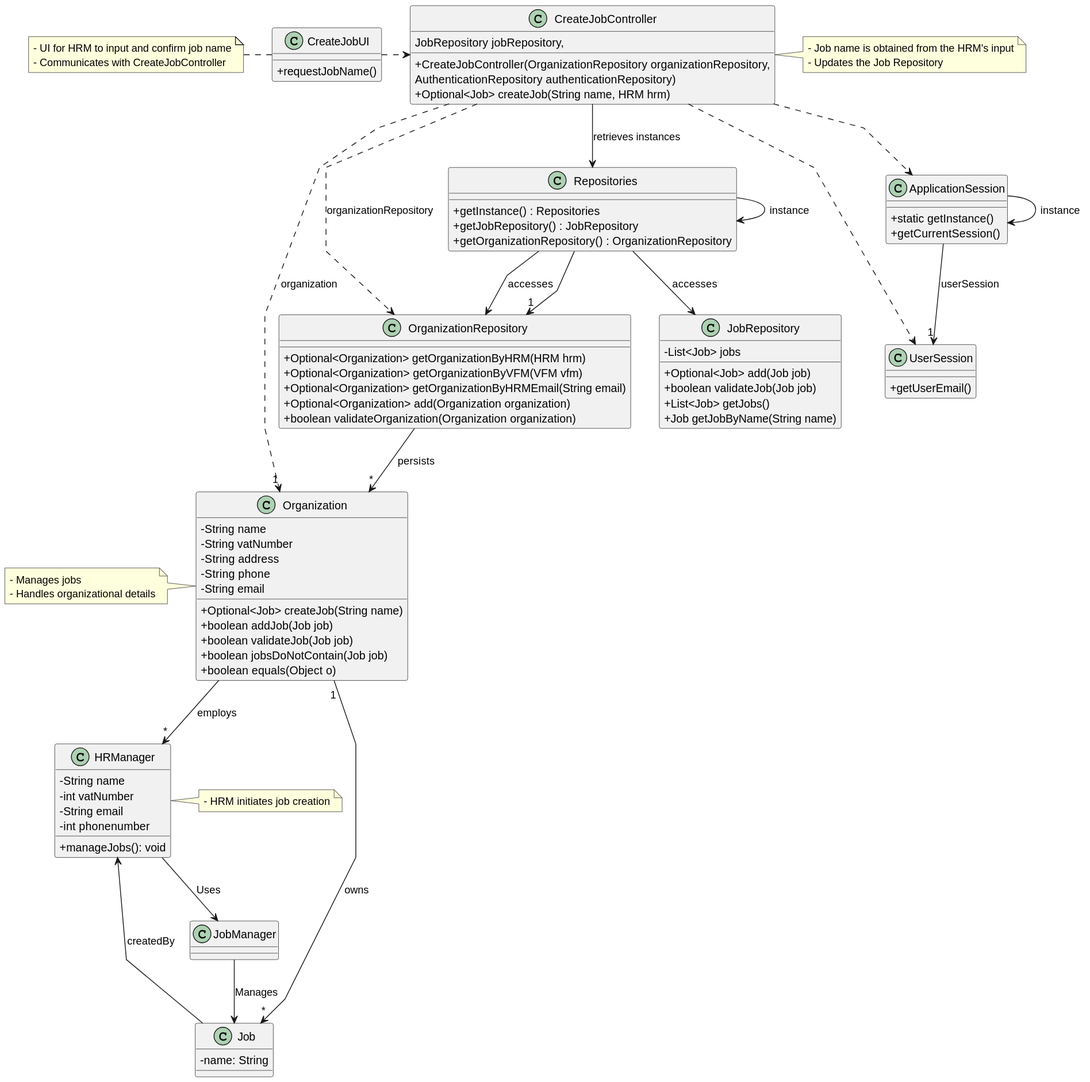
Before: docs/sprint3/us002/03.design/svg/us002-class-diagram.svg, a diagram exported from PlantUML (tiagosoa/lei-24-s2-1dgh-g073).
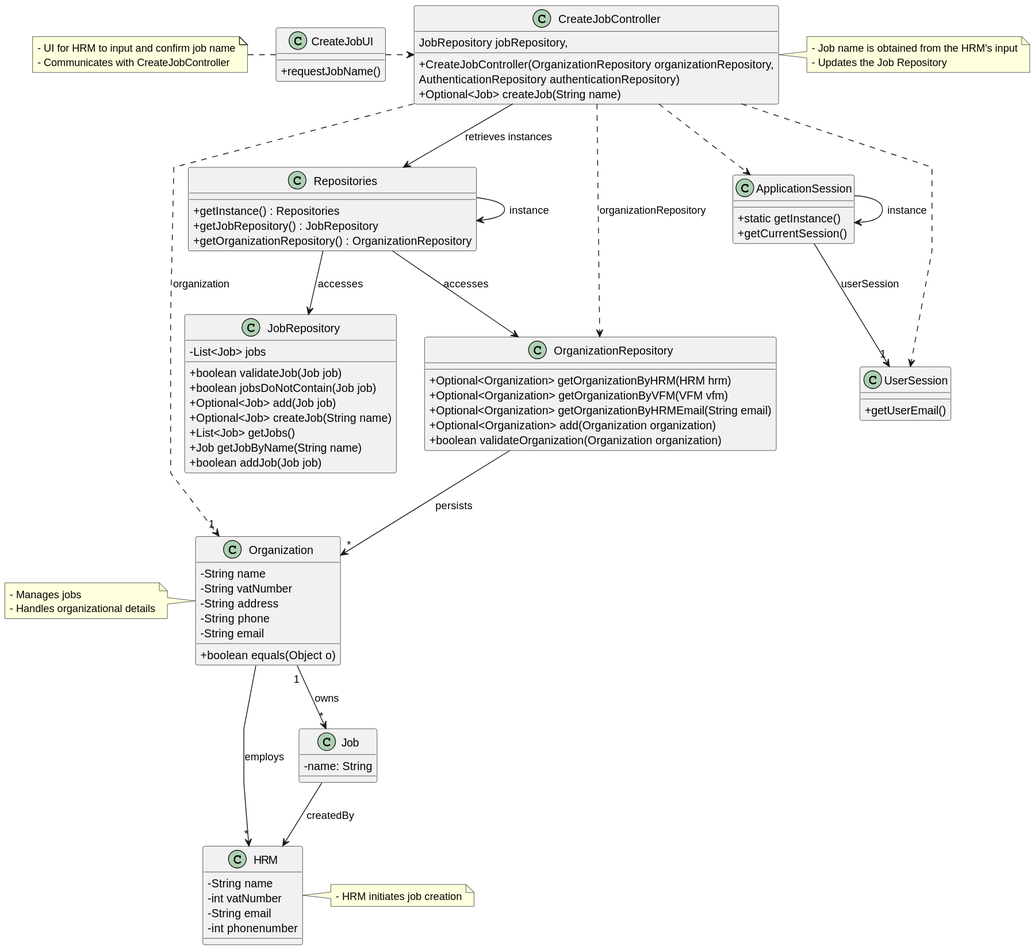
After the change.

Change to the diagram source:
```diff
@@ -23,10 +23,13 @@
 
 class JobRepository {
   - List<Job> jobs
+  + boolean validateJob(Job job)
+  + boolean jobsDoNotContain(Job job)
   + Optional<Job> add(Job job)
-  + boolean validateJob(Job job)
+  + Optional<Job> createJob(String name)
   + List<Job> getJobs()
   + Job getJobByName(String name)
+  + boolean addJob(Job job)
 }
 
 class Organization {
@@ -35,10 +38,6 @@
   - String address
   - String phone
   - String email
-  + Optional<Job> createJob(String name)
-  + boolean addJob(Job job)
-  + boolean validateJob(Job job)
-  + boolean jobsDoNotContain(Job job)
   + boolean equals(Object o)
 }
 
@@ -60,30 +59,26 @@
   + CreateJobController(OrganizationRepository organizationRepository,
                                    JobRepository jobRepository,
                                    AuthenticationRepository authenticationRepository)
-  + Optional<Job> createJob(String name, HRM hrm)
+  + Optional<Job> createJob(String name)
 }
 
 class CreateJobUI {
   + requestJobName()
 }
 
-class HRManager {
+class HRM {
    - String name
    - int vatNumber
    - String email
    - int phonenumber
-    + manageJobs(): void
 }
-
-JobManager --> Job: Manages
-HRManager --> JobManager: Uses
 
 note right of CreateJobController
   - Job name is obtained from the HRM's input
   - Updates the Job Repository
 end note
 
-note right of HRManager
+note right of HRM
   - HRM initiates job creation
 end note
 
@@ -109,8 +104,6 @@
 
 CreateJobController ..> OrganizationRepository : organizationRepository
 
-Repositories --> "1" OrganizationRepository
-
 OrganizationRepository --> "*" Organization : persists
 ApplicationSession --> "1" UserSession : userSession
 
@@ -118,7 +111,7 @@
 CreateJobController ..> ApplicationSession
 CreateJobController ..> UserSession
 Organization "1" --> "*" Job : owns
-Job --> HRManager : createdBy
+Job --> HRM : createdBy
 
-Organization --> "*" HRManager : employs
+Organization --> "*" HRM : employs
 @enduml
```
